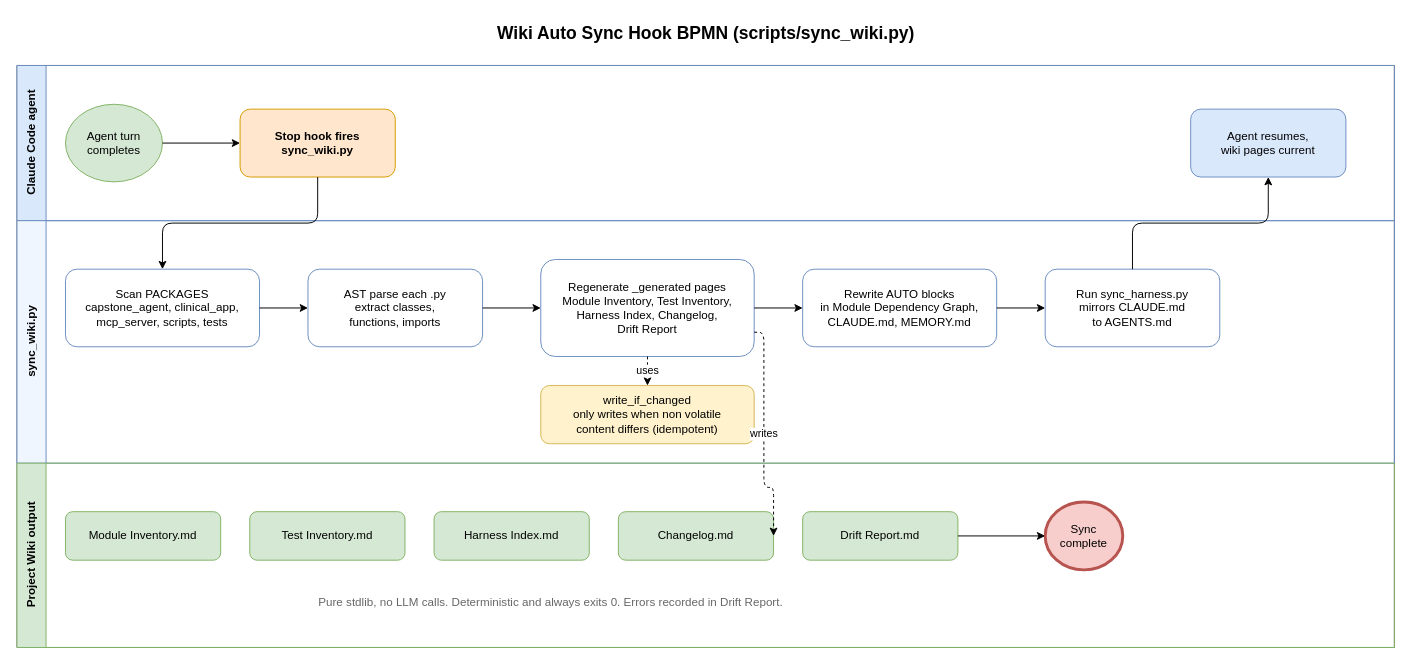
Earlier version of the draw.io diagram frontend/public/diagrams/17-wiki-auto-sync-bpmn.drawio (GeorgiNaydenov/Google-Capstone-Project). Source tidied: cells renumbered, new cells numbered last; positions are measured from the earlier drawing's top-left corner, leaving out a move shared by most shapes. Both pictures are drawn from the tidied source at 97%, with x=0, y=0 at pixel (16, 16).
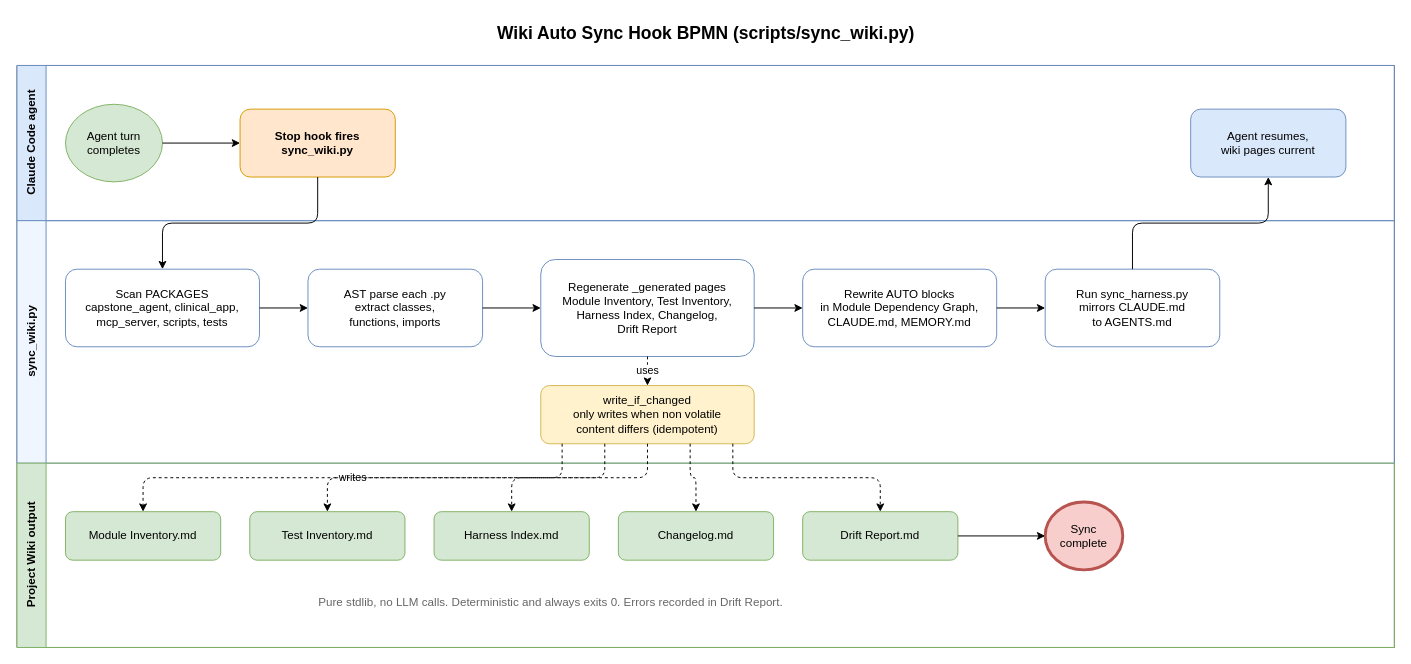
The same diagram, later.

Commit message (it also covers changes not shown here):
Sync generated wiki/docs, diagrams, and frontend before public migration

Unchanged cells that the change refers to:
```xml
<mxCell id="12" value="Regenerate _generated pages&#10;Module Inventory, Test Inventory,&#10;Harness Index, Changelog,&#10;Drift Report" style="rounded=1;whiteSpace=wrap;html=1;fillColor=#ffffff;strokeColor=#6c8ebf;" parent="5" vertex="1">
  <mxGeometry x="540" y="40" width="220" height="100" as="geometry" />
</mxCell>
<mxCell id="15" value="write_if_changed&#10;only writes when non volatile&#10;content differs (idempotent)" style="rounded=1;whiteSpace=wrap;html=1;fillColor=#fff2cc;strokeColor=#d6b656;" parent="5" vertex="1">
  <mxGeometry x="540" y="170" width="220" height="60" as="geometry" />
</mxCell>
<mxCell id="16" value="Module Inventory.md" style="rounded=1;whiteSpace=wrap;html=1;fillColor=#d5e8d4;strokeColor=#82b366;" parent="6" vertex="1">
  <mxGeometry x="50" y="50" width="160" height="50" as="geometry" />
</mxCell>
<mxCell id="17" value="Test Inventory.md" style="rounded=1;whiteSpace=wrap;html=1;fillColor=#d5e8d4;strokeColor=#82b366;" parent="6" vertex="1">
  <mxGeometry x="240" y="50" width="160" height="50" as="geometry" />
</mxCell>
<mxCell id="18" value="Harness Index.md" style="rounded=1;whiteSpace=wrap;html=1;fillColor=#d5e8d4;strokeColor=#82b366;" parent="6" vertex="1">
  <mxGeometry x="430" y="50" width="160" height="50" as="geometry" />
</mxCell>
<mxCell id="19" value="Changelog.md" style="rounded=1;whiteSpace=wrap;html=1;fillColor=#d5e8d4;strokeColor=#82b366;" parent="6" vertex="1">
  <mxGeometry x="620" y="50" width="160" height="50" as="geometry" />
</mxCell>
<mxCell id="20" value="Drift Report.md" style="rounded=1;whiteSpace=wrap;html=1;fillColor=#d5e8d4;strokeColor=#82b366;" parent="6" vertex="1">
  <mxGeometry x="810" y="50" width="160" height="50" as="geometry" />
</mxCell>
```

The edit, as a diff of the source:
```diff
@@
-    <mxCell id="31" value="writes" style="edgeStyle=orthogonalEdgeStyle;rounded=1;jettySize=auto;html=1;dashed=1;exitX=1;exitY=0.75;entryX=1;entryY=0.5;labelBackgroundColor=#ffffff;fontSize=11;" parent="1" edge="1" source="12" target="19">
+    <mxCell id="31" value="writes" style="edgeStyle=orthogonalEdgeStyle;rounded=1;jettySize=auto;html=1;dashed=1;exitX=0.1;exitY=1;entryX=0.5;entryY=0;labelBackgroundColor=#ffffff;fontSize=11;" parent="1" edge="1" source="15" target="16">
       <mxGeometry relative="1" as="geometry">
         <Array as="points">
-          <mxPoint x="770" y="325" />
-          <mxPoint x="770" y="485" />
+          <mxPoint x="130" y="475" />
         </Array>
       </mxGeometry>
     </mxCell>
+    <mxCell id="33" style="edgeStyle=orthogonalEdgeStyle;rounded=1;jettySize=auto;html=1;dashed=1;exitX=0.3;exitY=1;entryX=0.5;entryY=0;" parent="1" edge="1" source="15" target="17">
+      <mxGeometry relative="1" as="geometry">
+        <Array as="points">
+          <mxPoint x="320" y="475" />
+        </Array>
+      </mxGeometry>
+    </mxCell>
+    <mxCell id="34" style="edgeStyle=orthogonalEdgeStyle;rounded=1;jettySize=auto;html=1;dashed=1;exitX=0.5;exitY=1;entryX=0.5;entryY=0;" parent="1" edge="1" source="15" target="18">
+      <mxGeometry relative="1" as="geometry">
+        <Array as="points">
+          <mxPoint x="510" y="475" />
+        </Array>
+      </mxGeometry>
+    </mxCell>
+    <mxCell id="35" style="edgeStyle=orthogonalEdgeStyle;rounded=1;jettySize=auto;html=1;dashed=1;exitX=0.7;exitY=1;entryX=0.5;entryY=0;" parent="1" edge="1" source="15" target="19">
+      <mxGeometry relative="1" as="geometry">
+        <Array as="points">
+          <mxPoint x="700" y="475" />
+        </Array>
+      </mxGeometry>
+    </mxCell>
+    <mxCell id="36" style="edgeStyle=orthogonalEdgeStyle;rounded=1;jettySize=auto;html=1;dashed=1;exitX=0.9;exitY=1;entryX=0.5;entryY=0;" parent="1" edge="1" source="15" target="20">
+      <mxGeometry relative="1" as="geometry">
+        <Array as="points">
+          <mxPoint x="890" y="475" />
+        </Array>
+      </mxGeometry>
+    </mxCell>
```
